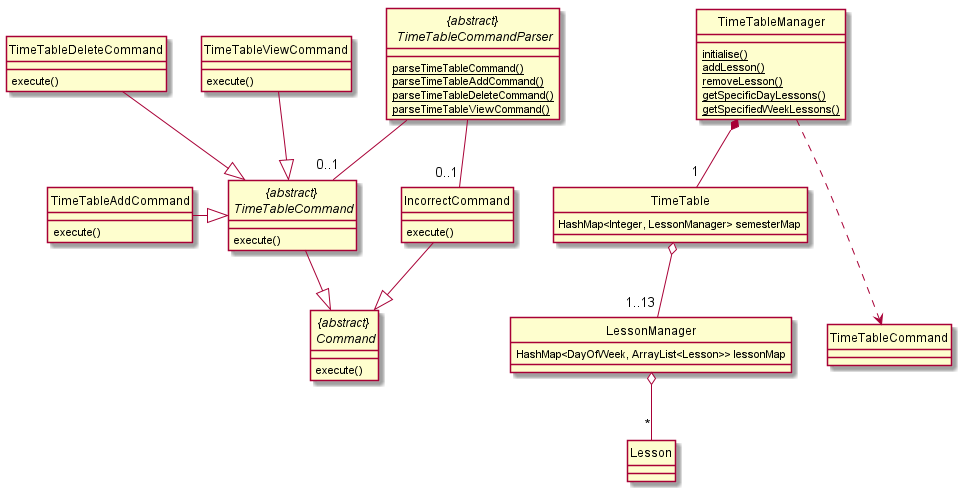
wangqinNick/tp keeps this PlantUML diagram as docs/diagrams/TimeTableClassDiagram.png. Above is the earlier version.
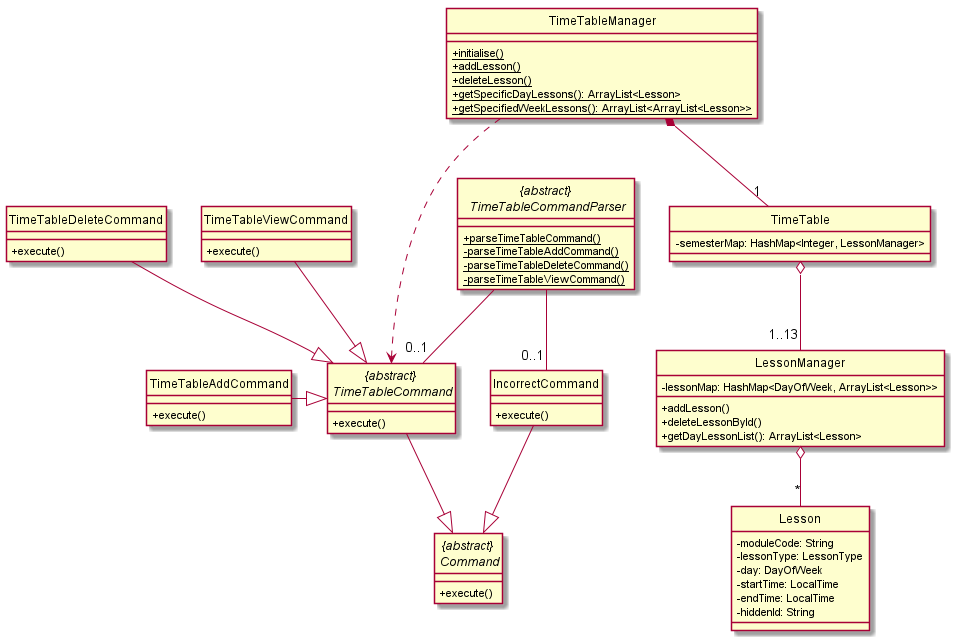
After the commit.

Commit message:
Update the png files for sequence diagrams

What changed in the source:
```diff
@@ -6,53 +6,63 @@
 class TimeTableAddCommand
 class TimeTableDeleteCommand
 class TimeTableViewCommand
-class Lesson
+class Lesson {
+    - moduleCode: String
+    - lessonType: LessonType
+    - day: DayOfWeek
+    - startTime: LocalTime
+    - endTime: LocalTime
+    - hiddenId: String
+}
 
 abstract class "{abstract} \n TimeTableCommandParser" {
-    {static} parseTimeTableCommand()
-    {static} parseTimeTableAddCommand()
-    {static} parseTimeTableDeleteCommand()
-    {static} parseTimeTableViewCommand()
+    + {static} parseTimeTableCommand()
+    - {static} parseTimeTableAddCommand()
+    - {static} parseTimeTableDeleteCommand()
+    - {static} parseTimeTableViewCommand()
 }
 
 abstract class "{abstract} \n TimeTableCommand" {
-    execute()
+    + execute()
 }
 
 abstract class "{abstract} \n Command" {
-    execute()
+    + execute()
 }
 
 class TimeTable {
-    HashMap<Integer, LessonManager> semesterMap
+    - semesterMap: HashMap<Integer, LessonManager>
 }
 
 class TimeTableAddCommand {
-    execute()
+    + execute()
 }
 
 class TimeTableViewCommand {
-    execute()
+    + execute()
 }
 
 class TimeTableDeleteCommand {
-    execute()
+    + execute()
 }
 
 class IncorrectCommand {
-    execute()
+    + execute()
 }
 
 class LessonManager {
-    HashMap<DayOfWeek, ArrayList<Lesson>> lessonMap
+    - lessonMap: HashMap<DayOfWeek, ArrayList<Lesson>>
+    + addLesson()
+    + deleteLessonById()
+    + getDayLessonList(): ArrayList<Lesson>
 }
 
 class TimeTableManager {
-    {static} initialise()
-    {static} addLesson()
-    {static} removeLesson()
-    {static} getSpecificDayLessons()
-    {static} getSpecifiedWeekLessons()
+    + {static} initialise()
+    + {static} addLesson()
+    + {static} deleteLesson()
+    + {static} getSpecificDayLessons(): ArrayList<Lesson>
+    + {static} getSpecifiedWeekLessons(): ArrayList<ArrayList<Lesson>>
 }
 
 "{abstract} \n TimeTableCommand" --|> "{abstract} \n Command"
@@ -68,7 +78,6 @@
 TimeTable o-- "1..13" LessonManager
 LessonManager o-- "*" Lesson
 
-TimeTableManager ...> TimeTableCommand
-
+TimeTableManager ...> "{abstract} \n TimeTableCommand"
 
 @enduml
```
